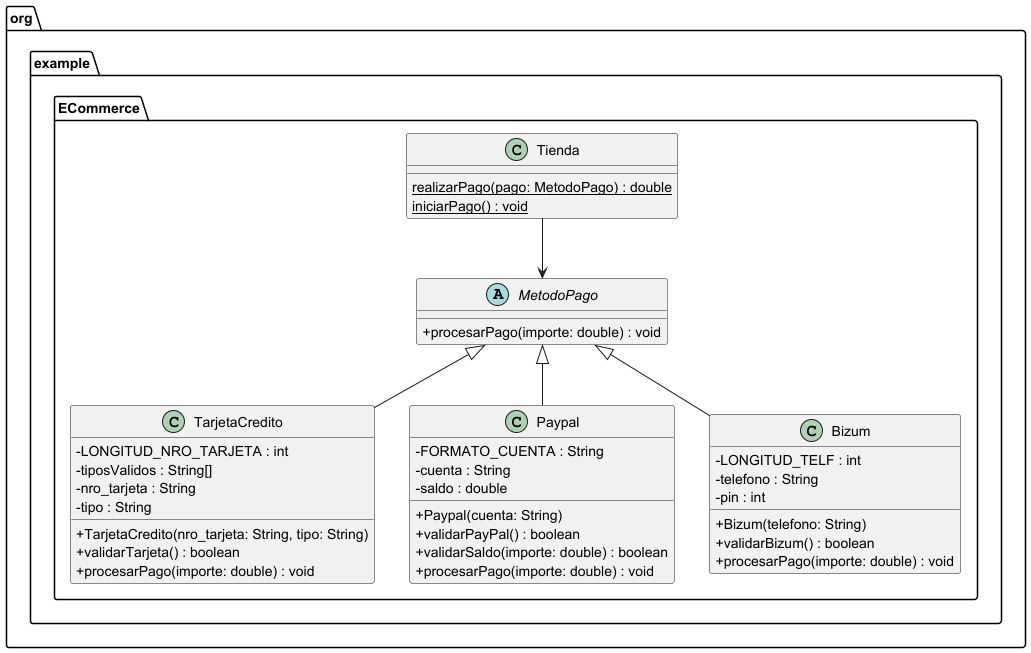
This is programacion_ud6/src/main/java/org/example/ECommerce/img/diagrama.png from adrigeada/programacion_ud6, a PlantUML export, as it was before one commit.
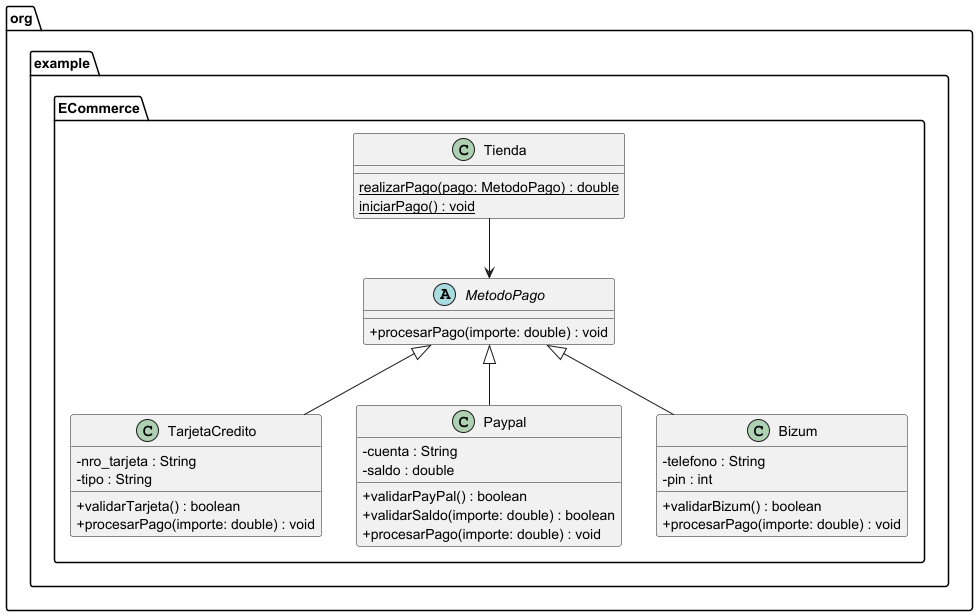
The same diagram one commit later.

Diff of the diagram source:
```diff
@@ -7,31 +7,27 @@
     }
 
     class TarjetaCredito {
-        -LONGITUD_NRO_TARJETA : int
-        -tiposValidos : String[]
+
         -nro_tarjeta : String
         -tipo : String
-        +TarjetaCredito(nro_tarjeta: String, tipo: String)
         +validarTarjeta() : boolean
         +procesarPago(importe: double) : void
 
     }
 
     class Paypal {
-        -FORMATO_CUENTA : String
+
         -cuenta : String
         -saldo : double
-        +Paypal(cuenta: String)
         +validarPayPal() : boolean
         +validarSaldo(importe: double) : boolean
         +procesarPago(importe: double) : void
     }
 
     class Bizum {
-        -LONGITUD_TELF : int
+
         -telefono : String
         -pin : int
-        +Bizum(telefono: String)
         +validarBizum() : boolean
         +procesarPago(importe: double) : void
     }
```
